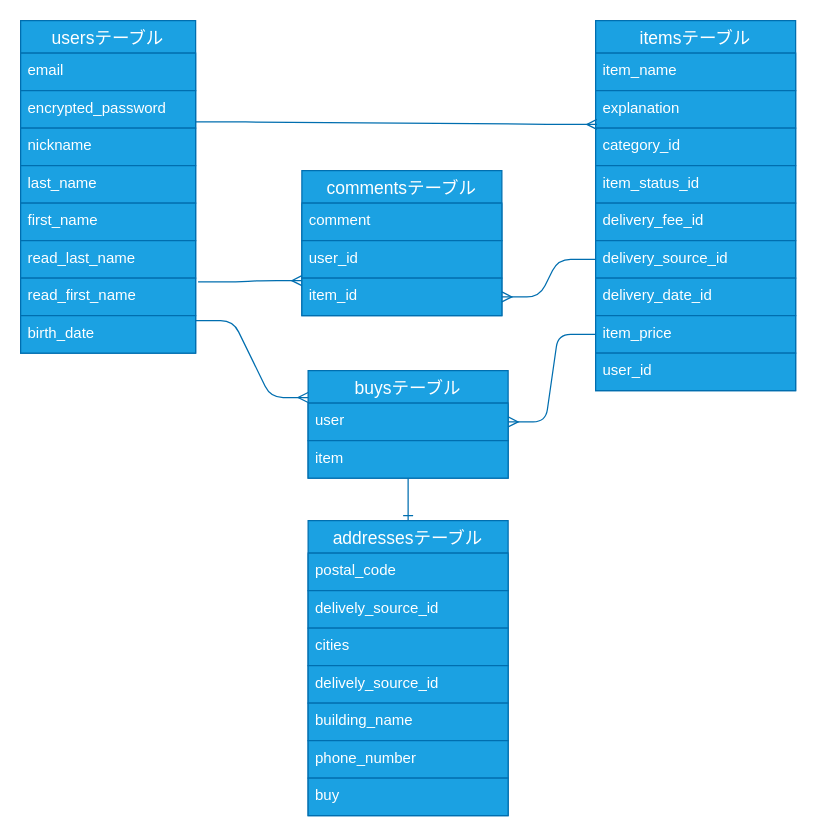
The draw.io diagram db.dio in shingo04/furima-33965, before the edit. Source tidied: cells renumbered, new cells numbered last; positions are measured from the earlier drawing's top-left corner, leaving out a move shared by most shapes. Both pictures are drawn from the tidied source at 125%, with x=0, y=0 at pixel (20, 20).
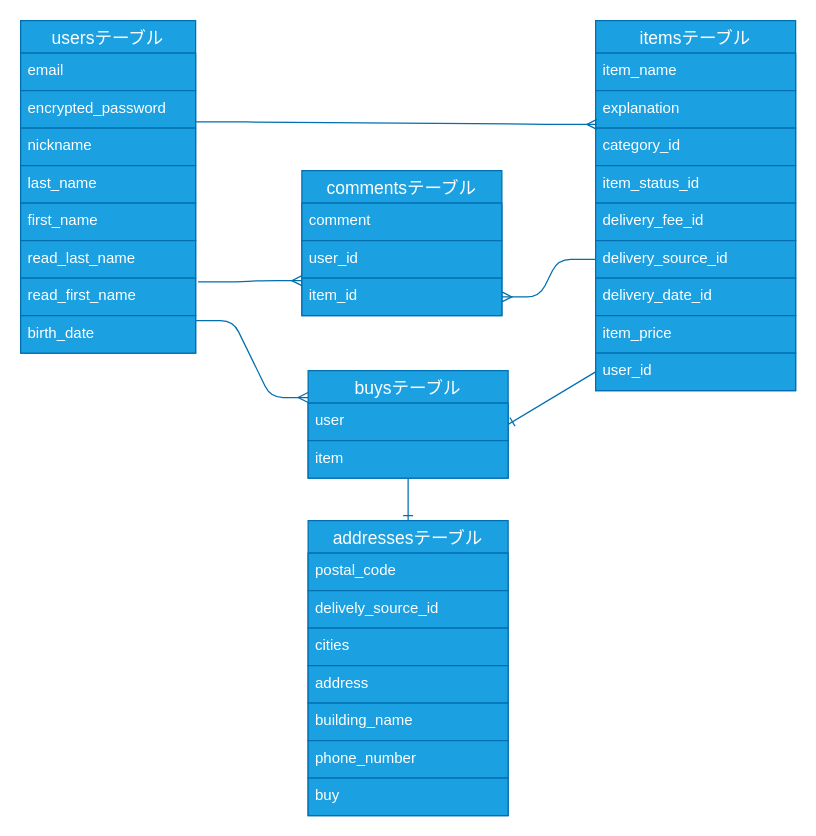
Above is the later version.

Unchanged cells that the change refers to:
```xml
<mxCell id="19" value="item_price" style="text;strokeColor=#006EAF;fillColor=#1ba1e2;spacingLeft=4;spacingRight=4;overflow=hidden;points=[[0,0.5],[1,0.5]];portConstraint=eastwest;fontSize=12;fontColor=#ffffff;" parent="11" vertex="1">
  <mxGeometry y="236" width="160" height="30" as="geometry" />
</mxCell>
<mxCell id="20" value="user_id" style="text;strokeColor=#006EAF;fillColor=#1ba1e2;spacingLeft=4;spacingRight=4;overflow=hidden;points=[[0,0.5],[1,0.5]];portConstraint=eastwest;fontSize=12;fontColor=#ffffff;" parent="11" vertex="1">
  <mxGeometry y="266" width="160" height="30" as="geometry" />
</mxCell>
<mxCell id="29" value="buysテーブル" style="swimlane;fontStyle=0;horizontal=1;startSize=26;align=center;fontSize=14;fillColor=#1ba1e2;strokeColor=#006EAF;fontColor=#ffffff;" parent="1" vertex="1">
  <mxGeometry x="230" y="280" width="160" height="86" as="geometry" />
</mxCell>
<mxCell id="30" value="user" style="text;strokeColor=#006EAF;fillColor=#1ba1e2;spacingLeft=4;spacingRight=4;overflow=hidden;points=[[0,0.5],[1,0.5]];portConstraint=eastwest;fontSize=12;fontColor=#ffffff;" parent="29" vertex="1">
  <mxGeometry y="26" width="160" height="30" as="geometry" />
</mxCell>
<mxCell id="32" value="addressesテーブル" style="swimlane;fontStyle=0;horizontal=1;startSize=26;align=center;fontSize=14;fillColor=#1ba1e2;strokeColor=#006EAF;fontColor=#ffffff;" parent="1" vertex="1">
  <mxGeometry x="230" y="400" width="160" height="236" as="geometry" />
</mxCell>
```

What changed in the source:
```diff
@@
-    <mxCell id="36" value="delively_source_id" style="text;strokeColor=#006EAF;fillColor=#1ba1e2;spacingLeft=4;spacingRight=4;overflow=hidden;fontSize=12;fontColor=#ffffff;" parent="32" vertex="1">
+    <mxCell id="36" value="address" style="text;strokeColor=#006EAF;fillColor=#1ba1e2;spacingLeft=4;spacingRight=4;overflow=hidden;fontSize=12;fontColor=#ffffff;" parent="32" vertex="1">
       <mxGeometry y="116" width="160" height="30" as="geometry" />
     </mxCell>
@@
-    <mxCell id="41" style="edgeStyle=entityRelationEdgeStyle;fontSize=12;html=1;endArrow=ERmany;exitX=0;exitY=0.5;exitDx=0;exitDy=0;fillColor=#1ba1e2;strokeColor=#006EAF;" parent="1" edge="1" source="19" target="30">
-      <mxGeometry relative="1" as="geometry" />
-    </mxCell>
+    <mxCell id="42" style="edgeStyle=none;rounded=0;jumpSize=7;jettySize=auto;html=1;exitX=0;exitY=0.5;exitDx=0;exitDy=0;entryX=1;entryY=0.5;entryDx=0;entryDy=0;startSize=6;sourcePerimeterSpacing=16;endArrow=ERone;endFill=0;targetPerimeterSpacing=16;fillColor=#1ba1e2;strokeColor=#006EAF;" parent="1" edge="1" source="20" target="29">
+      <mxGeometry relative="1" as="geometry" />
+    </mxCell>
```
